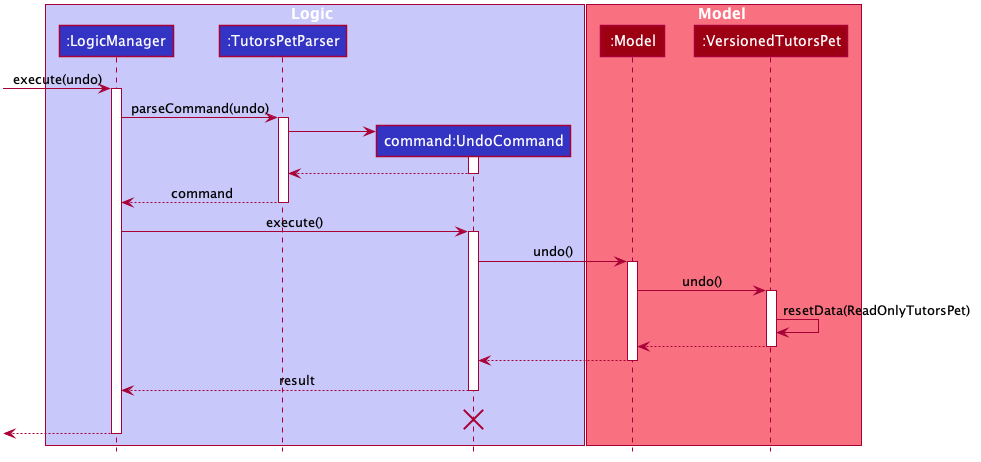
This is docs/images/UndoSequenceDiagram.png from ypinhsuan/tp, a PlantUML export, as it was before one commit.
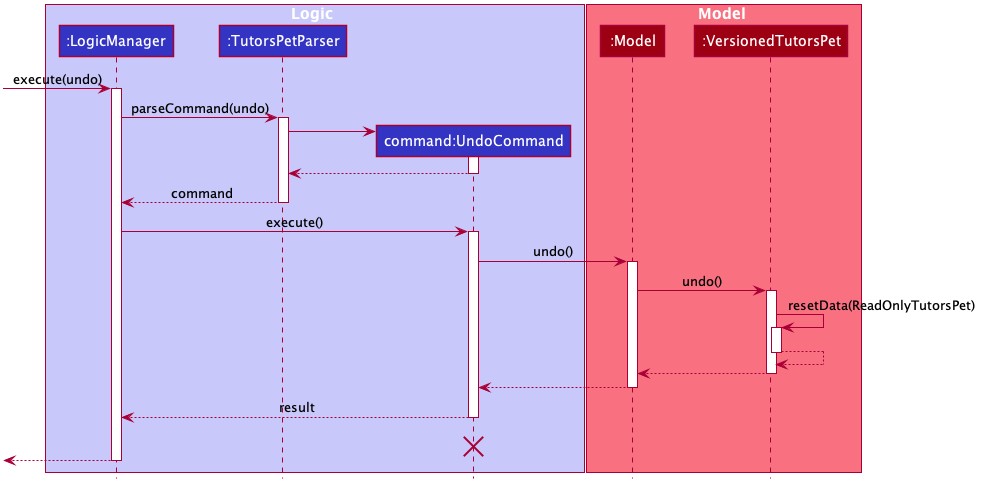
The same diagram one commit later.

What changed in the source:
```diff
@@ -85,6 +85,10 @@
 activate VersionedTutorsPet
 
 VersionedTutorsPet -> VersionedTutorsPet : resetData(ReadOnlyTutorsPet)
+activate VersionedTutorsPet
+VersionedTutorsPet --> VersionedTutorsPet
+deactivate VersionedTutorsPet
+
 VersionedTutorsPet --> Model
 deactivate VersionedTutorsPet
 
```
